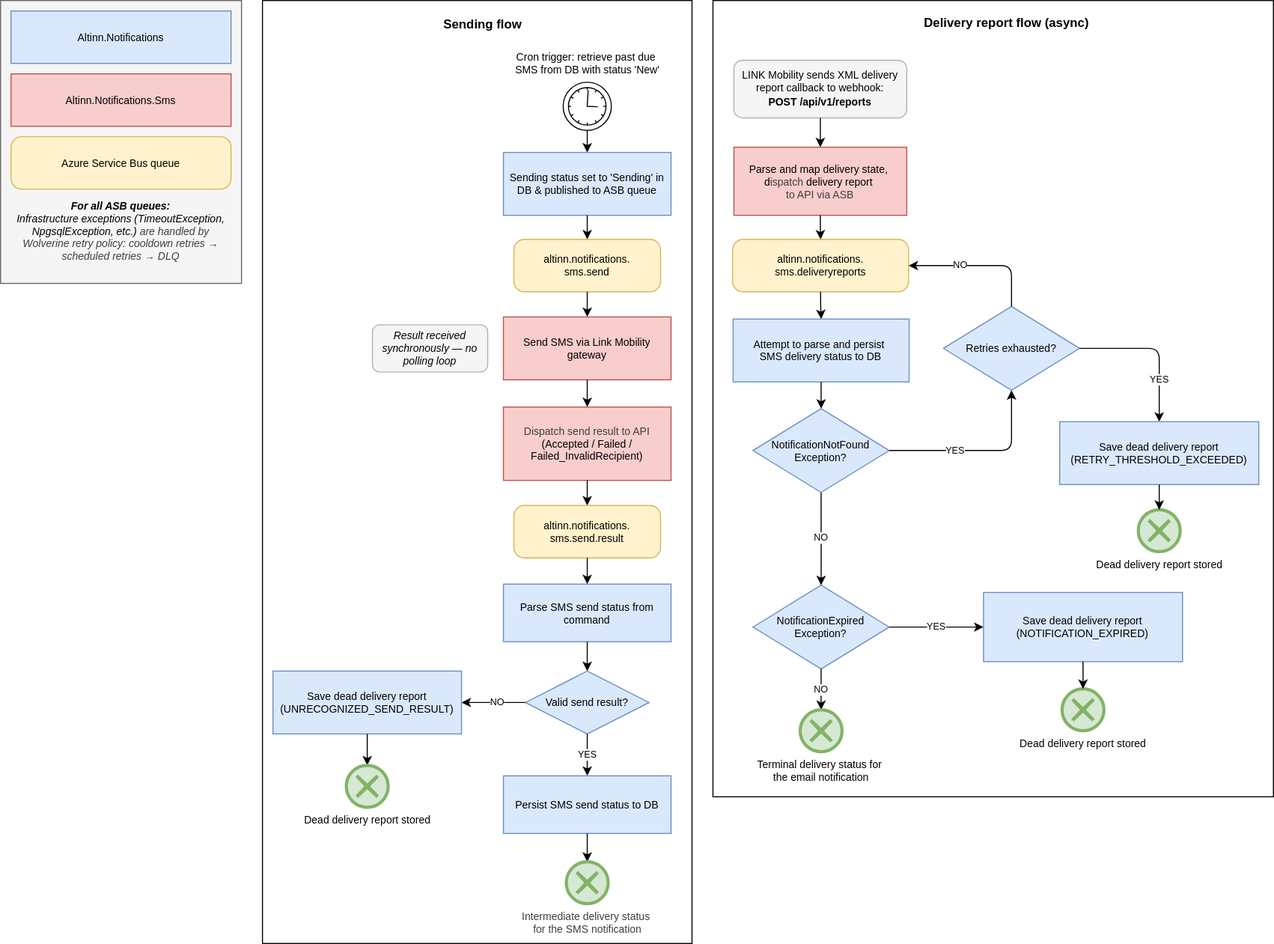
Before: docs/architecture/flowchart-sms-notifications-process.svg, a diagram exported from draw.io (Altinn/altinn-notifications). Source tidied: cells renumbered, new cells last; positions are measured from the earlier drawing's top-left corner, leaving out a move shared by most shapes.
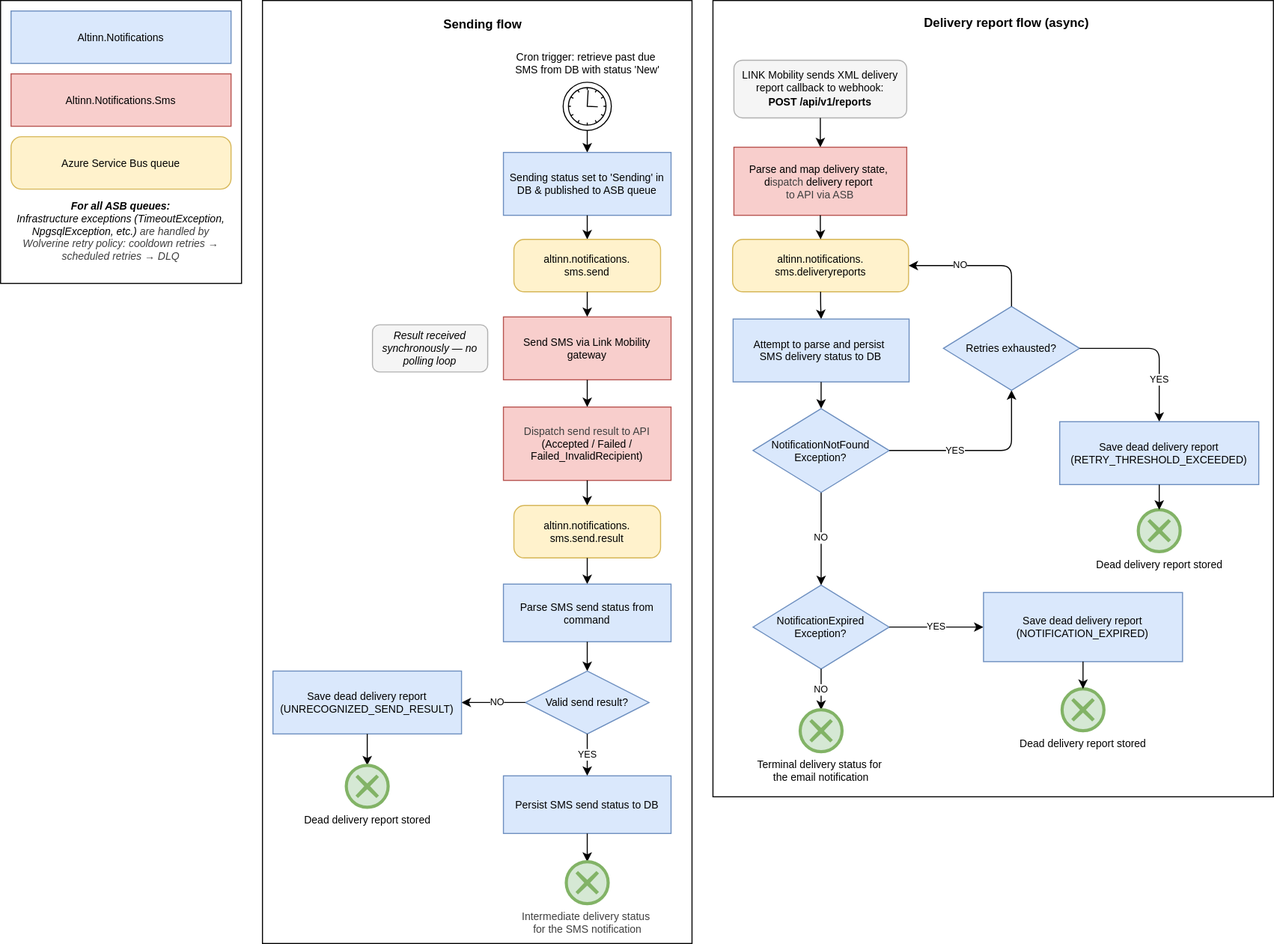
After the change.

What changed in the source:
```diff
@@ -8,7 +8,7 @@
     <mxCell id="3" style="rounded=0;whiteSpace=wrap;html=1;" parent="1" vertex="1">
       <mxGeometry x="250" width="410" height="900" as="geometry" />
     </mxCell>
-    <mxCell id="4" style="rounded=0;whiteSpace=wrap;html=1;fillColor=#f5f5f5;fontColor=#333333;strokeColor=#666666;" parent="1" vertex="1">
+    <mxCell id="4" style="rounded=0;whiteSpace=wrap;html=1;" parent="1" vertex="1">
       <mxGeometry width="230" height="270" as="geometry" />
     </mxCell>
     <mxCell id="5" value="&lt;font style=&quot;font-size: 12px;&quot;&gt;Sending flow&lt;/font&gt;" style="text;html=1;align=center;verticalAlign=middle;strokeColor=none;fillColor=none;fontSize=11;fontStyle=1;" parent="1" vertex="1">
@@ -26,7 +26,7 @@
     <mxCell id="9" style="edgeStyle=orthogonalEdgeStyle;html=1;" parent="1" edge="1" source="8" target="14">
       <mxGeometry relative="1" as="geometry" />
     </mxCell>
-    <mxCell id="10" value="&lt;div&gt;&lt;font&gt;&lt;b&gt;For all ASB queues:&lt;/b&gt;&lt;/font&gt;&lt;/div&gt;&lt;font&gt;Infrastructure exceptions (TimeoutException, NpgsqlException, etc.)&amp;nbsp;&lt;/font&gt;&lt;span style=&quot;color: rgb(63, 63, 63); background-color: transparent;&quot;&gt;are handled by Wolverine retry policy:&amp;nbsp;&lt;/span&gt;&lt;span style=&quot;color: rgb(63, 63, 63); background-color: transparent;&quot;&gt;cooldown retries → scheduled retries → DLQ&lt;/span&gt;" style="rounded=1;whiteSpace=wrap;html=1;fillColor=#f5f5f5;strokeColor=none;fontSize=10;fontStyle=2;" parent="1" vertex="1">
+    <mxCell id="10" value="&lt;div&gt;&lt;font&gt;&lt;b&gt;For all ASB queues:&lt;/b&gt;&lt;/font&gt;&lt;/div&gt;&lt;font&gt;Infrastructure exceptions (TimeoutException, NpgsqlException, etc.)&amp;nbsp;&lt;/font&gt;&lt;span style=&quot;color: rgb(63, 63, 63); background-color: transparent;&quot;&gt;are handled by Wolverine retry policy:&amp;nbsp;&lt;/span&gt;&lt;span style=&quot;color: rgb(63, 63, 63); background-color: transparent;&quot;&gt;cooldown retries → scheduled retries → DLQ&lt;/span&gt;" style="rounded=1;whiteSpace=wrap;html=1;fontSize=10;fontStyle=2;strokeColor=none;" parent="1" vertex="1">
       <mxGeometry x="10" y="180" width="210" height="80" as="geometry" />
     </mxCell>
     <mxCell id="11" value="&lt;font&gt;Altinn.Notifications&lt;/font&gt;" style="rounded=0;whiteSpace=wrap;html=1;fillColor=#dae8fc;strokeColor=#6c8ebf;fontSize=10;" parent="1" vertex="1">
```
